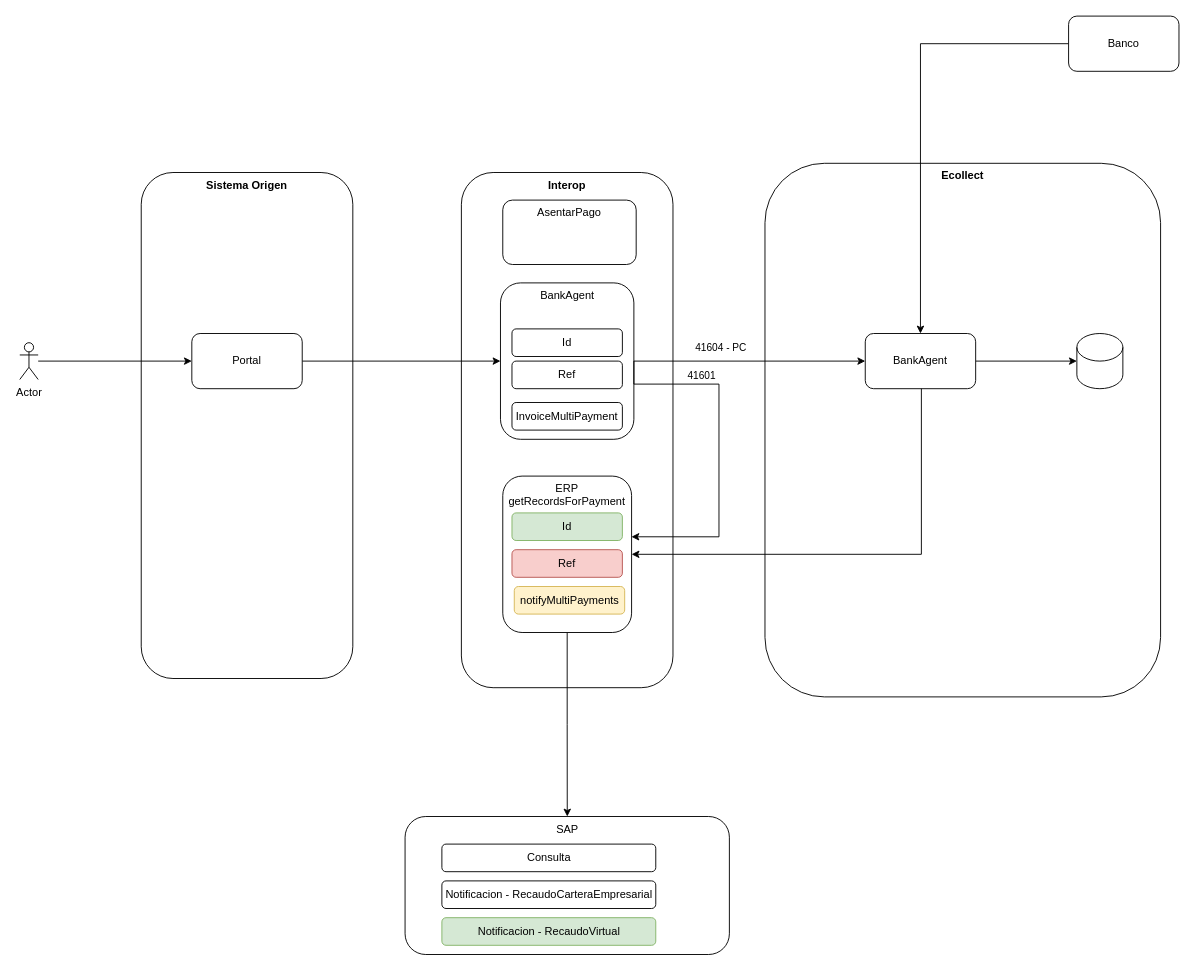
Earlier version of the draw.io diagram BankAgent.drawio (carlosvalderrama1204/diagrams). Source tidied: cells renumbered, new cells numbered last; positions are measured from the earlier drawing's top-left corner, leaving out a move shared by most shapes. Both pictures are drawn from the tidied source at 92%, with x=0, y=0 at pixel (19, 16).
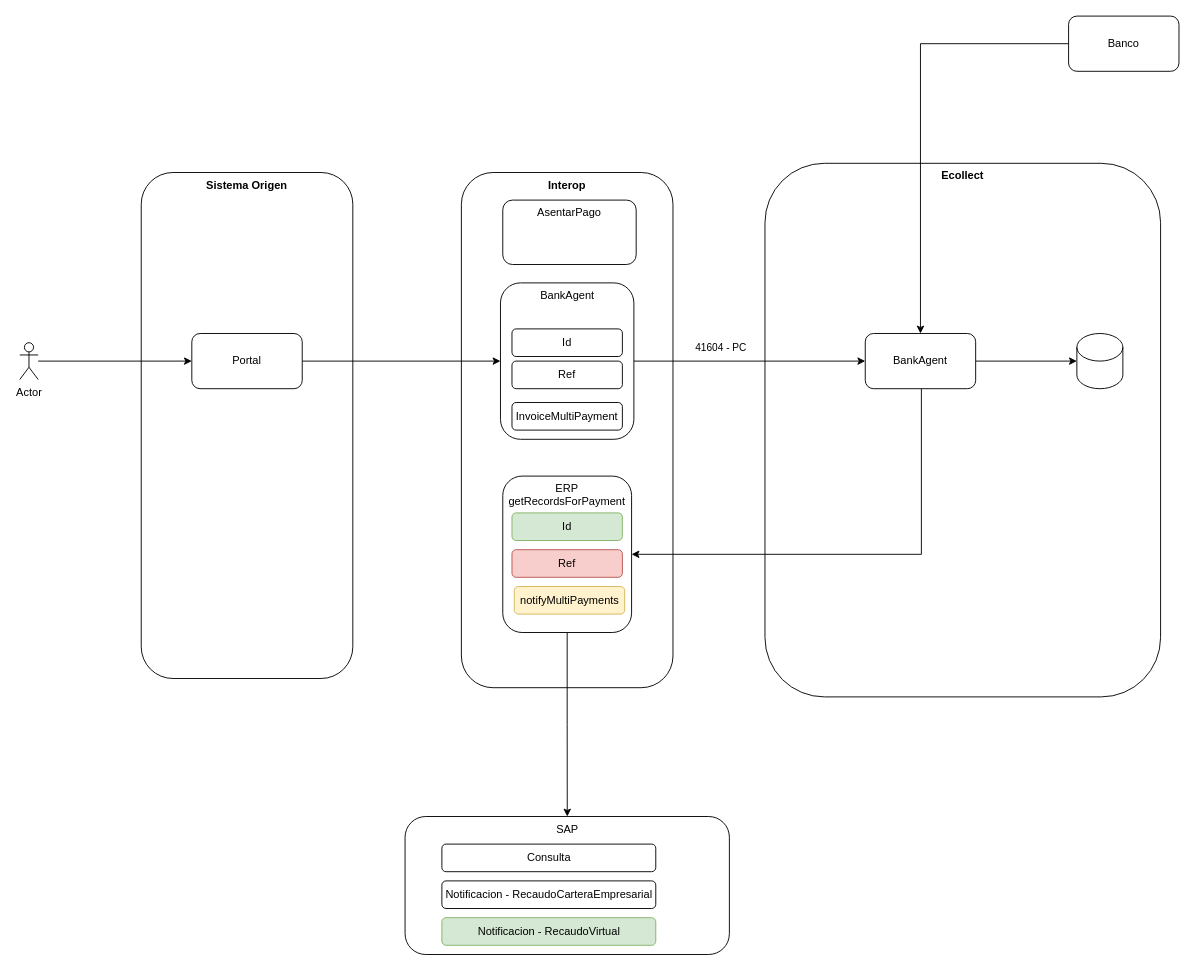
The same page after the edit.

The change refers to these unchanged cells:
```xml
<mxCell id="3" value="BankAgent" style="rounded=1;whiteSpace=wrap;html=1;verticalAlign=top;" parent="1" vertex="1">
  <mxGeometry x="522.5" y="290" width="145" height="170" as="geometry" />
</mxCell>
<mxCell id="8" value="ERP getRecordsForPayment" style="rounded=1;whiteSpace=wrap;html=1;verticalAlign=top;" parent="1" vertex="1">
  <mxGeometry x="525" y="500" width="140" height="170" as="geometry" />
</mxCell>
```

What changed in the source:
```diff
@@
-    <mxCell id="9" style="edgeStyle=orthogonalEdgeStyle;rounded=0;jettySize=auto;html=1;entryX=0.999;entryY=0.388;entryDx=0;entryDy=0;entryPerimeter=0;exitX=1;exitY=0.5;exitDx=0;exitDy=0;" parent="1" edge="1" source="3" target="8">
-      <mxGeometry relative="1" as="geometry">
-        <Array as="points">
-          <mxPoint x="668" y="400" />
-          <mxPoint x="760" y="400" />
-          <mxPoint x="760" y="566" />
-        </Array>
-      </mxGeometry>
-    </mxCell>
-    <mxCell id="10" value="41601" style="edgeLabel;html=1;align=center;verticalAlign=middle;" parent="9" vertex="1">
-      <mxGeometry x="-0.68" y="3" relative="1" as="geometry">
-        <mxPoint x="37" y="-7" as="offset" />
-      </mxGeometry>
-    </mxCell>
```
